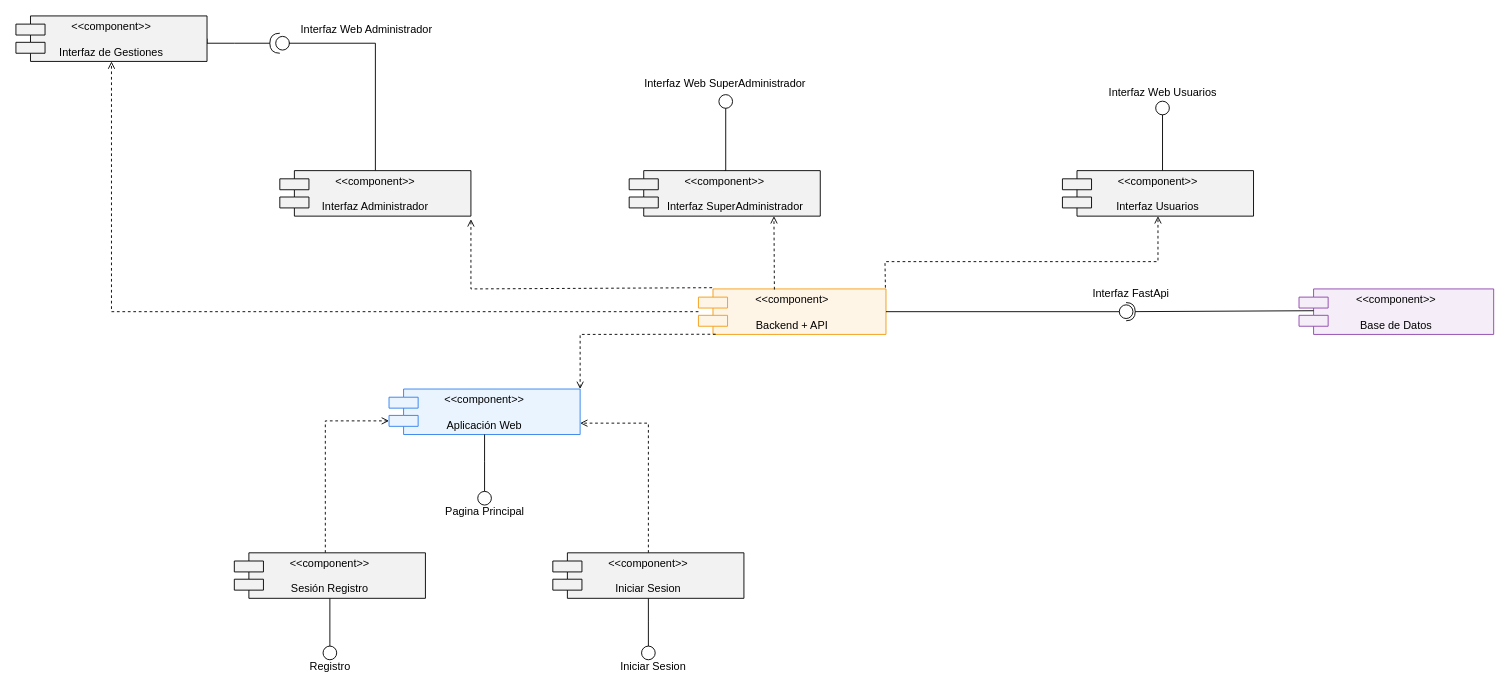
Earlier version of the draw.io diagram Diagramas/Diagrama Componentes.drawio (VichoMatus/Taller_Integracion_II). Source tidied: cells renumbered, new cells numbered last; positions are measured from the earlier drawing's top-left corner, leaving out a move shared by most shapes. Both pictures are drawn from the tidied source at 91%, with x=0, y=0 at pixel (15, 15).
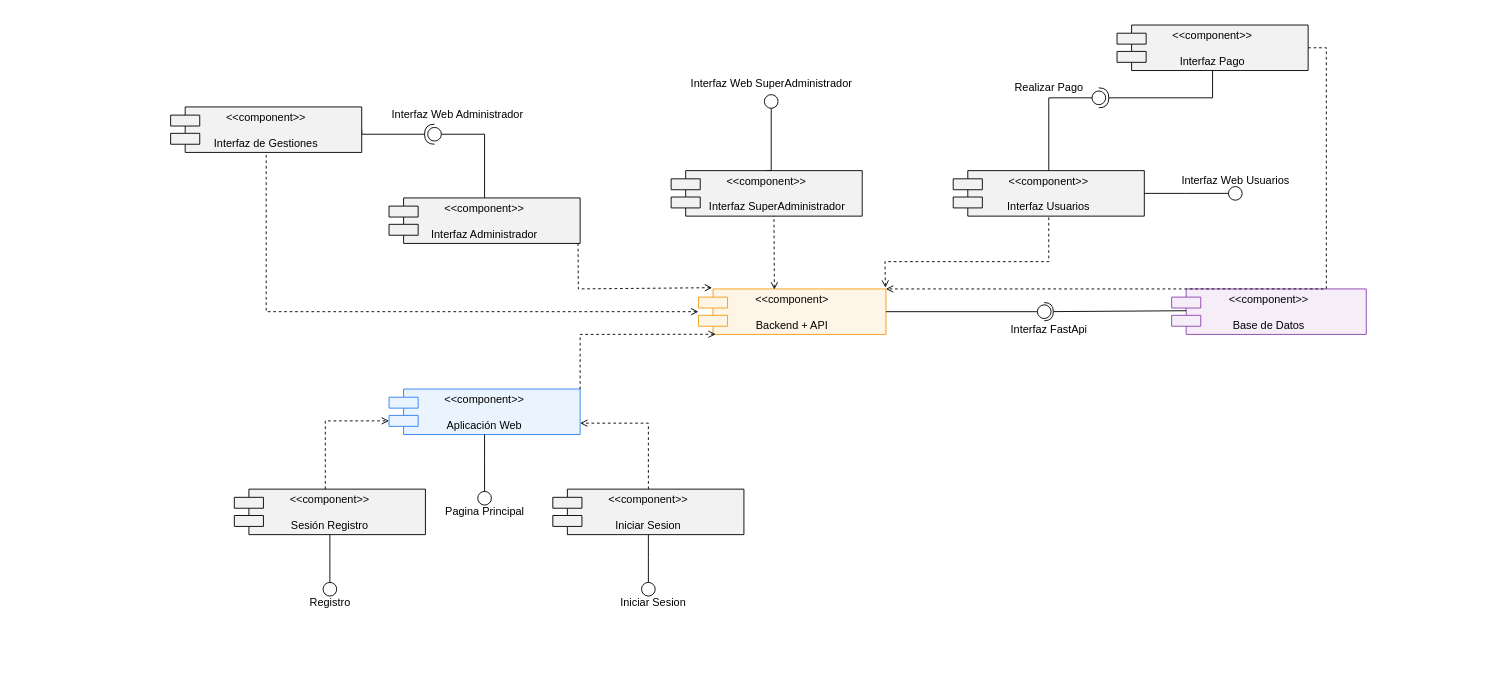
The same diagram, later.

Unchanged cells that the change refers to:
```xml
<mxCell id="2" value="&lt;&lt;component&gt;&gt;&#10;&#10;Aplicación Web" style="shape=component;align=center;verticalAlign=middle;rounded=0;shadow=0;glass=0;strokeColor=#2F80ED;fillColor=#EAF4FE;" parent="1" vertex="1">
  <mxGeometry x="410" y="410" width="210" height="50" as="geometry" />
</mxCell>
<mxCell id="4" value="&lt;&lt;component&gt;&#10;&#10;Backend + API" style="shape=component;align=center;verticalAlign=middle;rounded=0;shadow=0;glass=0;strokeColor=#F39C12;fillColor=#FEF5E7;" parent="1" vertex="1">
  <mxGeometry x="750" y="300" width="206.1" height="50" as="geometry" />
</mxCell>
```

Change to the diagram source:
```diff
@@
-    <mxCell id="3" style="edgeStyle=orthogonalEdgeStyle;rounded=0;jettySize=auto;html=1;entryX=0.5;entryY=1;entryDx=0;entryDy=0;dashed=1;endArrow=open;endFill=0;" parent="1" edge="1" source="4" target="35">
+    <mxCell id="3" style="edgeStyle=orthogonalEdgeStyle;rounded=0;jettySize=auto;html=1;entryX=0.5;entryY=1;entryDx=0;entryDy=0;dashed=1;endArrow=none;endFill=0;startArrow=open;startFill=0;" parent="1" edge="1" source="4" target="35">
       <mxGeometry relative="1" as="geometry" />
     </mxCell>
@@
     <mxCell id="5" value="&lt;&lt;component&gt;&gt;&#10;&#10;Base de Datos" style="shape=component;align=center;verticalAlign=middle;rounded=0;shadow=0;glass=0;strokeColor=#8E44AD;fillColor=#F5EEF8;" parent="1" vertex="1">
-      <mxGeometry x="1410" y="300" width="213.9" height="50" as="geometry" />
+      <mxGeometry x="1270" y="300" width="213.9" height="50" as="geometry" />
     </mxCell>
     <mxCell id="6" style="rounded=0;jettySize=auto;html=1;endArrow=halfCircle;endFill=0;endSize=8;strokeWidth=1;sketch=0;exitX=0.075;exitY=0.479;exitDx=0;exitDy=0;exitPerimeter=0;" parent="1" edge="1" source="5">
       <mxGeometry relative="1" as="geometry">
-        <mxPoint x="1220" y="325" as="targetPoint" />
+        <mxPoint x="1130" y="325" as="targetPoint" />
       </mxGeometry>
     </mxCell>
     <mxCell id="7" style="rounded=0;jettySize=auto;html=1;endArrow=oval;endFill=0;sketch=0;sourcePerimeterSpacing=0;targetPerimeterSpacing=0;endSize=15;exitX=1;exitY=0.5;exitDx=0;exitDy=0;" parent="1" edge="1" source="4">
       <mxGeometry relative="1" as="geometry">
-        <mxPoint x="1220" y="325" as="targetPoint" />
+        <mxPoint x="1130" y="325" as="targetPoint" />
       </mxGeometry>
     </mxCell>
@@
     <mxCell id="10" style="edgeStyle=orthogonalEdgeStyle;rounded=0;jettySize=auto;html=1;exitX=0.5;exitY=0;exitDx=0;exitDy=0;endArrow=oval;endFill=0;jumpSize=0;strokeWidth=1;endSize=15;" parent="1" edge="1" source="11">
       <mxGeometry relative="1" as="geometry">
-        <mxPoint x="780" y="94" as="targetPoint" />
+        <mxPoint x="830" y="94" as="targetPoint" />
         <Array as="points">
-          <mxPoint x="780" y="170" />
+          <mxPoint x="830" y="170" />
+          <mxPoint x="830" y="94" />
         </Array>
       </mxGeometry>
     </mxCell>
     <mxCell id="11" value="&lt;&lt;component&gt;&gt;&#10;&#10;       Interfaz SuperAdministrador" style="shape=component;align=center;verticalAlign=middle;rounded=0;shadow=0;glass=0;strokeColor=#000000;fillColor=#F2F2F2;" parent="1" vertex="1">
-      <mxGeometry x="673.9" y="170" width="210" height="50" as="geometry" />
+      <mxGeometry x="720" y="170" width="210" height="50" as="geometry" />
     </mxCell>
     <mxCell id="12" style="edgeStyle=orthogonalEdgeStyle;rounded=0;jettySize=auto;html=1;exitX=0.5;exitY=1;exitDx=0;exitDy=0;endArrow=oval;endFill=0;endSize=15;" parent="1" edge="1" source="14">
       <mxGeometry relative="1" as="geometry">
-        <mxPoint x="345" y="700" as="targetPoint" />
+        <mxPoint x="345" y="630" as="targetPoint" />
         <Array as="points">
-          <mxPoint x="345" y="690" />
-          <mxPoint x="345" y="690" />
+          <mxPoint x="345" y="590" />
+          <mxPoint x="345" y="590" />
         </Array>
       </mxGeometry>
     </mxCell>
@@
     <mxCell id="14" value="&lt;&lt;component&gt;&gt;&#10;&#10;Sesión Registro" style="shape=component;align=center;verticalAlign=middle;rounded=0;shadow=0;glass=0;strokeColor=#000000;fillColor=#F2F2F2;" parent="1" vertex="1">
-      <mxGeometry x="240" y="590" width="210" height="50" as="geometry" />
+      <mxGeometry x="240" y="520" width="210" height="50" as="geometry" />
     </mxCell>
-    <mxCell id="15" style="edgeStyle=orthogonalEdgeStyle;rounded=0;orthogonalLoop=1;jettySize=auto;html=1;exitX=1;exitY=0.5;exitDx=0;exitDy=0;endArrow=oval;endFill=0;endSize=15;" parent="1" edge="1">
-      <mxGeometry relative="1" as="geometry">
-        <mxPoint x="1260" y="170" as="sourcePoint" />
-        <mxPoint x="1260" y="101.2" as="targetPoint" />
-      </mxGeometry>
-    </mxCell>
+    <mxCell id="36" style="edgeStyle=orthogonalEdgeStyle;rounded=0;jettySize=auto;html=1;exitX=1;exitY=0.5;exitDx=0;exitDy=0;endArrow=oval;endFill=0;endSize=15;" parent="1" edge="1" source="16">
+      <mxGeometry relative="1" as="geometry">
+        <mxPoint x="1340" y="195" as="targetPoint" />
+      </mxGeometry>
+    </mxCell>
+    <mxCell id="37" style="edgeStyle=orthogonalEdgeStyle;rounded=0;jettySize=auto;html=1;exitX=0.5;exitY=0;exitDx=0;exitDy=0;endArrow=oval;endFill=0;endSize=15;" parent="1" edge="1" source="16">
+      <mxGeometry relative="1" as="geometry">
+        <mxPoint x="1190" y="90" as="targetPoint" />
+        <Array as="points">
+          <mxPoint x="1135" y="90" />
+        </Array>
+      </mxGeometry>
+    </mxCell>
     <mxCell id="16" value="&lt;&lt;component&gt;&gt;&#10;&#10;Interfaz Usuarios" style="shape=component;align=center;verticalAlign=middle;rounded=0;shadow=0;glass=0;strokeColor=#000000;fillColor=#F2F2F2;" parent="1" vertex="1">
-      <mxGeometry x="1150" y="170" width="210" height="50" as="geometry" />
+      <mxGeometry x="1030" y="170" width="210" height="50" as="geometry" />
     </mxCell>
     <mxCell id="17" value="Interfaz Web Usuarios" style="text;html=1;align=center;verticalAlign=middle;strokeColor=none;fillColor=none;" parent="1" vertex="1">
-      <mxGeometry x="1190" y="70" width="140" height="30" as="geometry" />
+      <mxGeometry x="1270" y="166" width="140" height="30" as="geometry" />
     </mxCell>
     <mxCell id="18" value="Interfaz Web SuperAdministrador" style="text;html=1;align=center;verticalAlign=middle;strokeColor=none;fillColor=none;" parent="1" vertex="1">
-      <mxGeometry x="678.9" y="60" width="200" height="30" as="geometry" />
+      <mxGeometry x="730" y="60" width="200" height="30" as="geometry" />
     </mxCell>
-    <mxCell id="19" style="endArrow=open;html=1;rounded=0;dashed=1;endFill=0;exitX=0.092;exitY=0.996;exitDx=0;exitDy=0;exitPerimeter=0;entryX=1;entryY=0;entryDx=0;entryDy=0;entryPerimeter=0;" parent="1" edge="1" source="4" target="2">
+    <mxCell id="19" style="endArrow=none;html=1;rounded=0;dashed=1;endFill=0;exitX=0.092;exitY=0.996;exitDx=0;exitDy=0;exitPerimeter=0;entryX=1;entryY=0;entryDx=0;entryDy=0;entryPerimeter=0;startArrow=open;startFill=0;" parent="1" edge="1" source="4" target="2">
       <mxGeometry relative="1" as="geometry">
         <Array as="points">
           <mxPoint x="620" y="350" />
         </Array>
       </mxGeometry>
     </mxCell>
@@
     <mxCell id="21" style="edgeStyle=orthogonalEdgeStyle;rounded=0;jettySize=auto;html=1;exitX=0.5;exitY=0;exitDx=0;exitDy=0;endArrow=oval;endFill=0;endSize=15;" parent="1" edge="1" source="22">
       <mxGeometry relative="1" as="geometry">
-        <mxPoint x="293" y="30" as="targetPoint" />
+        <mxPoint x="460" y="130" as="targetPoint" />
         <Array as="points">
-          <mxPoint x="395" y="30" />
-          <mxPoint x="300" y="30" />
+          <mxPoint x="515" y="130" />
         </Array>
       </mxGeometry>
     </mxCell>
     <mxCell id="22" value="&lt;&lt;component&gt;&gt;&#10;&#10;Interfaz Administrador" style="shape=component;align=center;verticalAlign=middle;rounded=0;shadow=0;glass=0;strokeColor=#000000;fillColor=#F2F2F2;" parent="1" vertex="1">
-      <mxGeometry x="290" y="170" width="210" height="50" as="geometry" />
+      <mxGeometry x="410" y="200" width="210" height="50" as="geometry" />
     </mxCell>
     <mxCell id="23" style="edgeStyle=orthogonalEdgeStyle;rounded=0;jettySize=auto;html=1;exitX=0.5;exitY=1;exitDx=0;exitDy=0;endArrow=oval;endFill=0;endSize=15;" parent="1" edge="1" source="25">
       <mxGeometry relative="1" as="geometry">
-        <mxPoint x="695" y="700" as="targetPoint" />
+        <mxPoint x="695" y="630" as="targetPoint" />
       </mxGeometry>
     </mxCell>
@@
     <mxCell id="25" value="&lt;&lt;component&gt;&gt;&#10;&#10;Iniciar Sesion" style="shape=component;align=center;verticalAlign=middle;rounded=0;shadow=0;glass=0;strokeColor=#000000;fillColor=#F2F2F2;" parent="1" vertex="1">
-      <mxGeometry x="590" y="590" width="210" height="50" as="geometry" />
+      <mxGeometry x="590" y="520" width="210" height="50" as="geometry" />
     </mxCell>
     <mxCell id="26" value="Interfaz FastApi" style="text;html=1;align=center;verticalAlign=middle;strokeColor=none;fillColor=none;" parent="1" vertex="1">
-      <mxGeometry x="1170" y="290" width="110" height="30" as="geometry" />
+      <mxGeometry x="1080" y="330" width="110" height="30" as="geometry" />
     </mxCell>
-    <mxCell id="27" style="endArrow=open;html=1;rounded=0;dashed=1;endFill=0;exitX=0.405;exitY=0.013;exitDx=0;exitDy=0;exitPerimeter=0;" parent="1" edge="1" source="4">
+    <mxCell id="27" style="endArrow=none;html=1;rounded=0;dashed=1;endFill=0;exitX=0.405;exitY=0.013;exitDx=0;exitDy=0;exitPerimeter=0;startArrow=open;startFill=0;" parent="1" edge="1" source="4">
       <mxGeometry relative="1" as="geometry">
         <mxPoint x="833" y="220" as="targetPoint" />
       </mxGeometry>
     </mxCell>
     <mxCell id="28" value="Interfaz Web Administrador" style="text;html=1;align=center;verticalAlign=middle;strokeColor=none;fillColor=none;" parent="1" vertex="1">
-      <mxGeometry x="300" width="170" height="30" as="geometry" />
+      <mxGeometry x="400" y="94" width="170" height="30" as="geometry" />
     </mxCell>
-    <mxCell id="29" style="endArrow=open;html=1;rounded=0;dashed=1;endFill=0;exitX=0.997;exitY=-0.027;exitDx=0;exitDy=0;exitPerimeter=0;entryX=0.5;entryY=1;entryDx=0;entryDy=0;" parent="1" edge="1" source="4" target="16">
+    <mxCell id="29" style="endArrow=none;html=1;rounded=0;dashed=1;endFill=0;exitX=0.997;exitY=-0.027;exitDx=0;exitDy=0;exitPerimeter=0;entryX=0.5;entryY=1;entryDx=0;entryDy=0;startArrow=open;startFill=0;" parent="1" edge="1" source="4" target="16">
       <mxGeometry relative="1" as="geometry">
         <Array as="points">
           <mxPoint x="955" y="270" />
-          <mxPoint x="1255" y="270" />
+          <mxPoint x="1135" y="270" />
         </Array>
       </mxGeometry>
     </mxCell>
-    <mxCell id="30" style="endArrow=open;html=1;rounded=0;exitX=0.073;exitY=-0.027;exitDx=0;exitDy=0;exitPerimeter=0;entryX=1;entryY=1.067;entryDx=0;entryDy=0;entryPerimeter=0;dashed=1;endFill=0;" parent="1" edge="1" source="4" target="22">
+    <mxCell id="30" style="endArrow=none;html=1;rounded=0;exitX=0.073;exitY=-0.027;exitDx=0;exitDy=0;exitPerimeter=0;dashed=1;endFill=0;entryX=0.989;entryY=0.964;entryDx=0;entryDy=0;entryPerimeter=0;startArrow=open;startFill=0;" parent="1" edge="1" source="4" target="22">
       <mxGeometry relative="1" as="geometry">
         <Array as="points">
-          <mxPoint x="500" y="300" />
+          <mxPoint x="618" y="300" />
         </Array>
       </mxGeometry>
     </mxCell>
     <mxCell id="31" value="Registro" style="text;html=1;align=center;verticalAlign=middle;strokeColor=none;fillColor=none;" parent="1" vertex="1">
-      <mxGeometry x="310" y="700" width="70" height="30" as="geometry" />
+      <mxGeometry x="310" y="630" width="70" height="30" as="geometry" />
     </mxCell>
     <mxCell id="32" value="Iniciar Sesion" style="text;html=1;align=center;verticalAlign=middle;strokeColor=none;fillColor=none;" parent="1" vertex="1">
-      <mxGeometry x="650" y="700" width="100" height="30" as="geometry" />
+      <mxGeometry x="650" y="630" width="100" height="30" as="geometry" />
     </mxCell>
@@
-    <mxCell id="34" style="edgeStyle=orthogonalEdgeStyle;rounded=0;jettySize=auto;html=1;exitX=1;exitY=0.5;exitDx=0;exitDy=0;endArrow=halfCircle;endFill=0;endSize=9;" parent="1" edge="1" source="35">
+    <mxCell id="34" style="edgeStyle=orthogonalEdgeStyle;rounded=0;jettySize=auto;html=1;exitX=1;exitY=0.5;exitDx=0;exitDy=0;endArrow=halfCircle;endFill=0;endSize=9;startSize=12;strokeWidth=1;" parent="1" edge="1" source="35">
       <mxGeometry relative="1" as="geometry">
-        <mxPoint x="290" y="30" as="targetPoint" />
+        <mxPoint x="460" y="130" as="targetPoint" />
         <Array as="points">
-          <mxPoint x="190" y="30" />
-          <mxPoint x="240" y="30" />
-          <mxPoint x="240" y="31" />
+          <mxPoint x="380" y="130" />
         </Array>
       </mxGeometry>
     </mxCell>
     <mxCell id="35" value="&lt;&lt;component&gt;&gt;&#10;&#10;Interfaz de Gestiones" style="shape=component;align=center;verticalAlign=middle;rounded=0;shadow=0;glass=0;strokeColor=#000000;fillColor=#F2F2F2;" parent="1" vertex="1">
-      <mxGeometry width="210" height="50" as="geometry" />
+      <mxGeometry x="170" y="100" width="210" height="50" as="geometry" />
     </mxCell>
+    <mxCell id="38" style="edgeStyle=orthogonalEdgeStyle;rounded=0;jettySize=auto;html=1;exitX=0.5;exitY=1;exitDx=0;exitDy=0;endArrow=halfCircle;endFill=0;endSize=9;" parent="1" edge="1" source="40">
+      <mxGeometry relative="1" as="geometry">
+        <mxPoint x="1190" y="90" as="targetPoint" />
+        <Array as="points">
+          <mxPoint x="1315" y="90" />
+        </Array>
+      </mxGeometry>
+    </mxCell>
+    <mxCell id="39" style="edgeStyle=orthogonalEdgeStyle;rounded=0;jettySize=auto;html=1;exitX=1;exitY=0.5;exitDx=0;exitDy=0;dashed=1;endArrow=open;endFill=0;" parent="1" edge="1" source="40">
+      <mxGeometry relative="1" as="geometry">
+        <mxPoint x="956" y="300" as="targetPoint" />
+        <Array as="points">
+          <mxPoint x="1440" y="35" />
+          <mxPoint x="1440" y="300" />
+        </Array>
+      </mxGeometry>
+    </mxCell>
+    <mxCell id="40" value="&lt;&lt;component&gt;&gt;&#10;&#10;Interfaz Pago" style="shape=component;align=center;verticalAlign=middle;rounded=0;shadow=0;glass=0;strokeColor=#000000;fillColor=#F2F2F2;" parent="1" vertex="1">
+      <mxGeometry x="1210" y="10" width="210" height="50" as="geometry" />
+    </mxCell>
+    <mxCell id="41" value="Realizar Pago" style="text;html=1;align=center;verticalAlign=middle;strokeColor=none;fillColor=none;" parent="1" vertex="1">
+      <mxGeometry x="1085" y="64" width="100" height="30" as="geometry" />
+    </mxCell>
```
